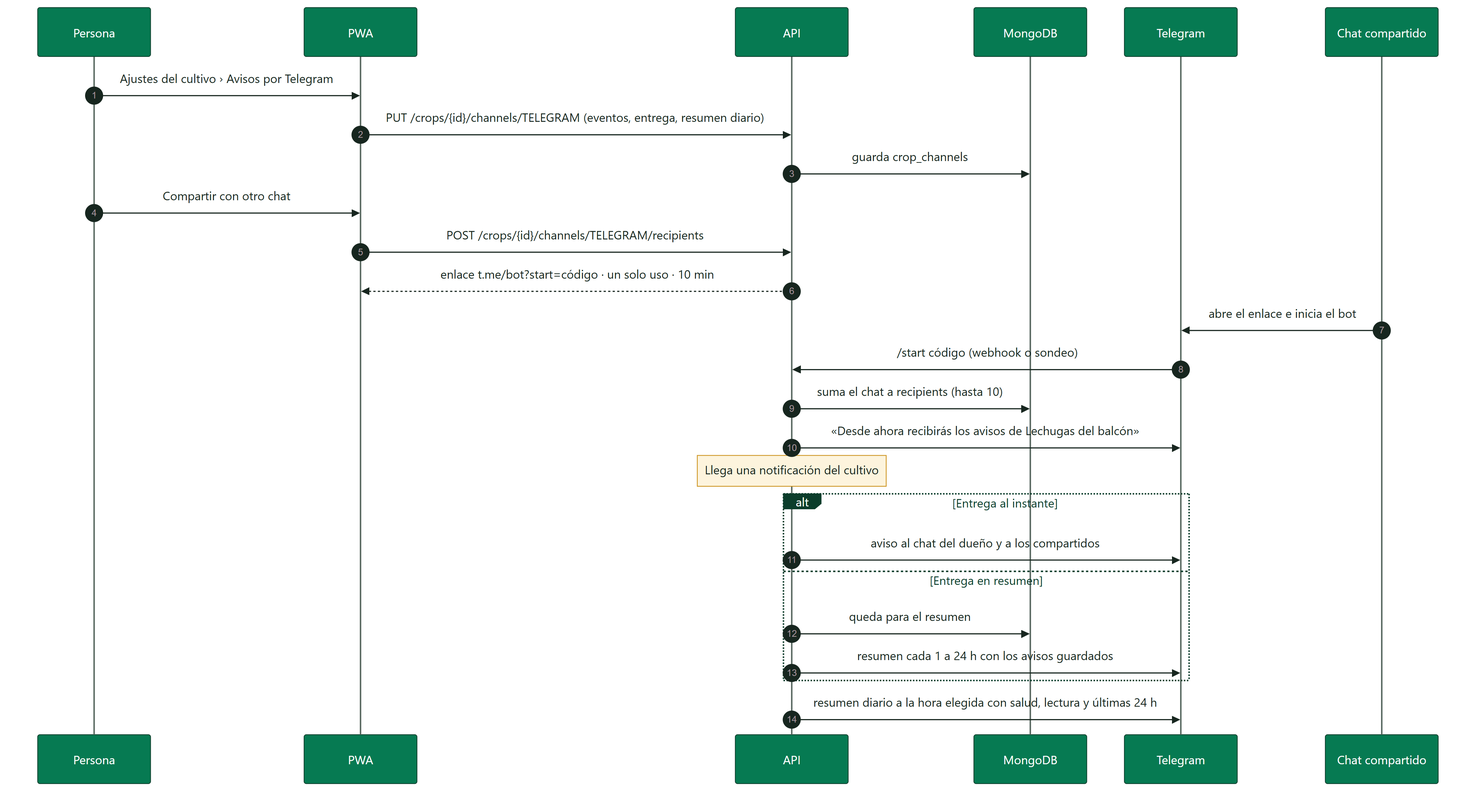
This is docs/diagrams/SmartPot_37_Crop_Alerts.png from SmartPotTech/.github, a Mermaid export, as it was before one commit. Its source is kept beside it as docs/diagrams/SmartPot_37_Crop_Alerts.mmd.
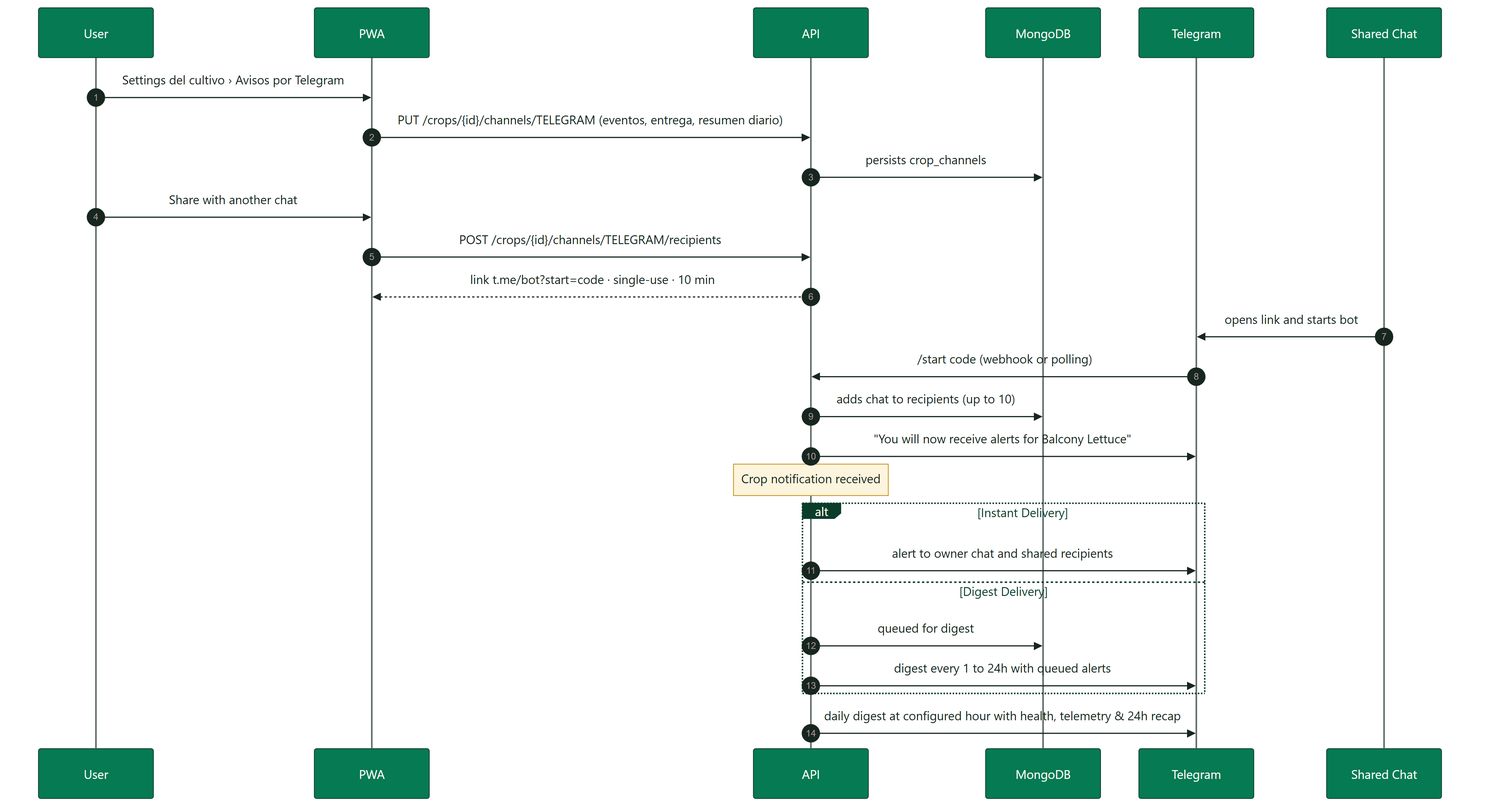
Above is the later version.

The edit, as a diff of the source:
```diff
@@ -1,27 +1,27 @@
 %%{init: {"theme": "base", "fontFamily": "Segoe UI, Arial, sans-serif", "themeVariables": {"fontFamily": "Segoe UI, Arial, sans-serif", "fontSize": "15px", "primaryColor": "#DDF5EA", "primaryTextColor": "#17261F", "primaryBorderColor": "#067A52", "secondaryColor": "#E3F2FB", "secondaryTextColor": "#17261F", "secondaryBorderColor": "#1F6FA0", "tertiaryColor": "#F2F7F4", "tertiaryTextColor": "#17261F", "tertiaryBorderColor": "#D5E3DC", "lineColor": "#5B6B63", "textColor": "#17261F", "mainBkg": "#DDF5EA", "nodeBorder": "#067A52", "clusterBkg": "#F7FAF8", "clusterBorder": "#D5E3DC", "edgeLabelBackground": "#FFFFFF", "actorBkg": "#067A52", "actorBorder": "#0B3D2B", "actorTextColor": "#FFFFFF", "actorLineColor": "#5B6B63", "signalColor": "#17261F", "signalTextColor": "#17261F", "labelBoxBkgColor": "#0B3D2B", "labelBoxBorderColor": "#0B3D2B", "labelTextColor": "#FFFFFF", "loopTextColor": "#0B3D2B", "noteBkgColor": "#FDF4DD", "noteBorderColor": "#C98D12", "noteTextColor": "#17261F", "activationBkgColor": "#DDF5EA", "activationBorderColor": "#067A52", "attributeBackgroundColorOdd": "#FFFFFF", "attributeBackgroundColorEven": "#F2F7F4"}}}%%
 sequenceDiagram
   autonumber
-  participant P as Persona
+  participant P as User
   participant W as PWA
   participant A as API
   participant D as MongoDB
   participant T as Telegram
-  participant C as Chat compartido
-  P->>W: Ajustes del cultivo › Avisos por Telegram
+  participant C as Shared Chat
+  P->>W: Settings del cultivo › Avisos por Telegram
   W->>A: PUT /crops/{id}/channels/TELEGRAM (eventos, entrega, resumen diario)
-  A->>D: guarda crop_channels
-  P->>W: Compartir con otro chat
+  A->>D: persists crop_channels
+  P->>W: Share with another chat
   W->>A: POST /crops/{id}/channels/TELEGRAM/recipients
-  A-->>W: enlace t.me/bot?start=código · un solo uso · 10 min
-  C->>T: abre el enlace e inicia el bot
-  T->>A: /start código (webhook o sondeo)
-  A->>D: suma el chat a recipients (hasta 10)
-  A->>T: «Desde ahora recibirás los avisos de Lechugas del balcón»
-  Note over A: Llega una notificación del cultivo
-  alt Entrega al instante
-    A->>T: aviso al chat del dueño y a los compartidos
-  else Entrega en resumen
-    A->>D: queda para el resumen
-    A->>T: resumen cada 1 a 24 h con los avisos guardados
+  A-->>W: link t.me/bot?start=code · single-use · 10 min
+  C->>T: opens link and starts bot
+  T->>A: /start code (webhook or polling)
+  A->>D: adds chat to recipients (up to 10)
+  A->>T: "You will now receive alerts for Balcony Lettuce"
+  Note over A: Crop notification received
+  alt Instant Delivery
+    A->>T: alert to owner chat and shared recipients
+  else Digest Delivery
+    A->>D: queued for digest
+    A->>T: digest every 1 to 24h with queued alerts
   end
-  A->>T: resumen diario a la hora elegida con salud, lectura y últimas 24 h
+  A->>T: daily digest at configured hour with health, telemetry & 24h recap
```
